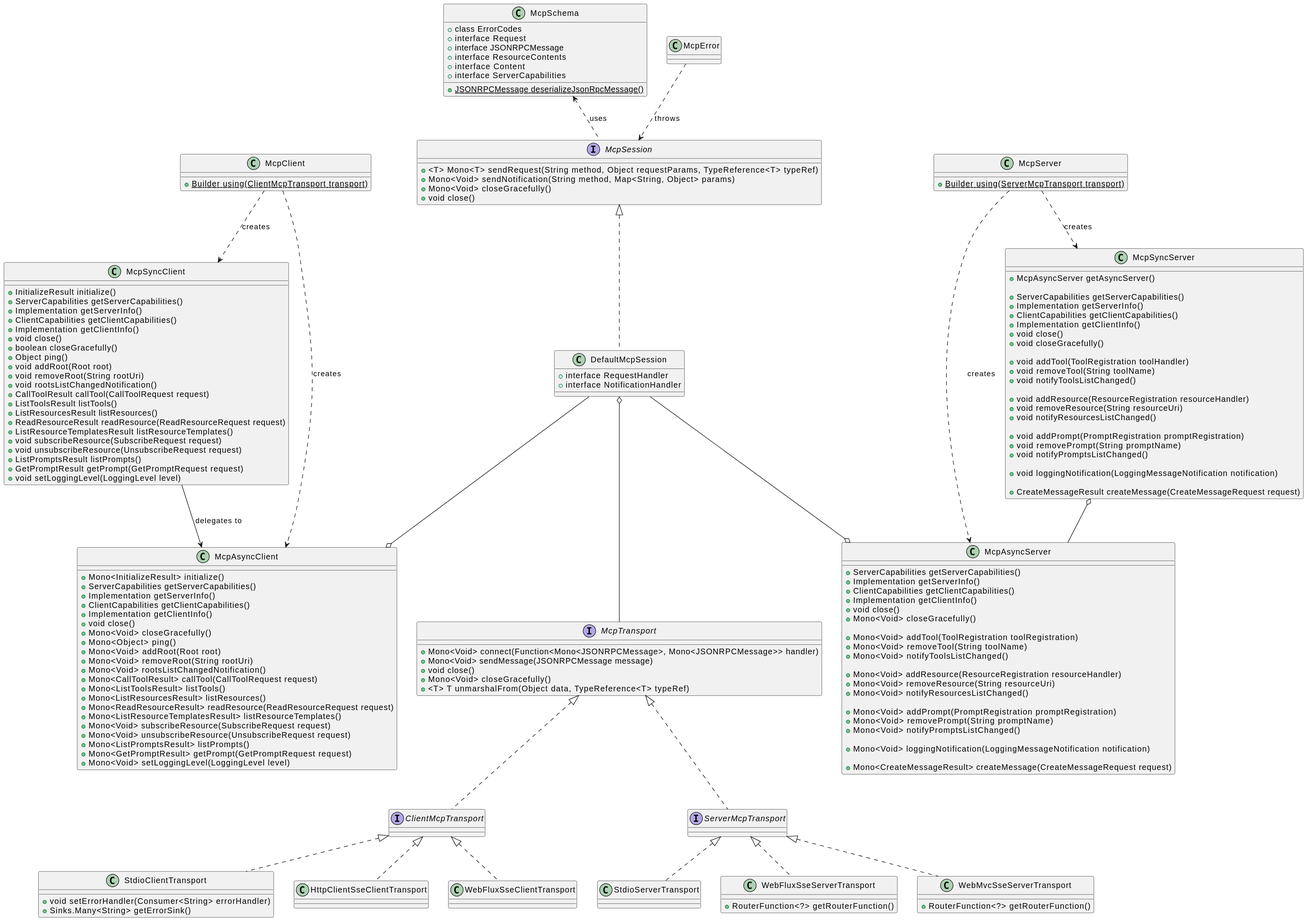
Earlier version of the PlantUML export mcp-docs/src/main/antora/modules/ROOT/images/spring-ai-mcp-uml-classdiagram.svg (ziscloud/java-sdk).
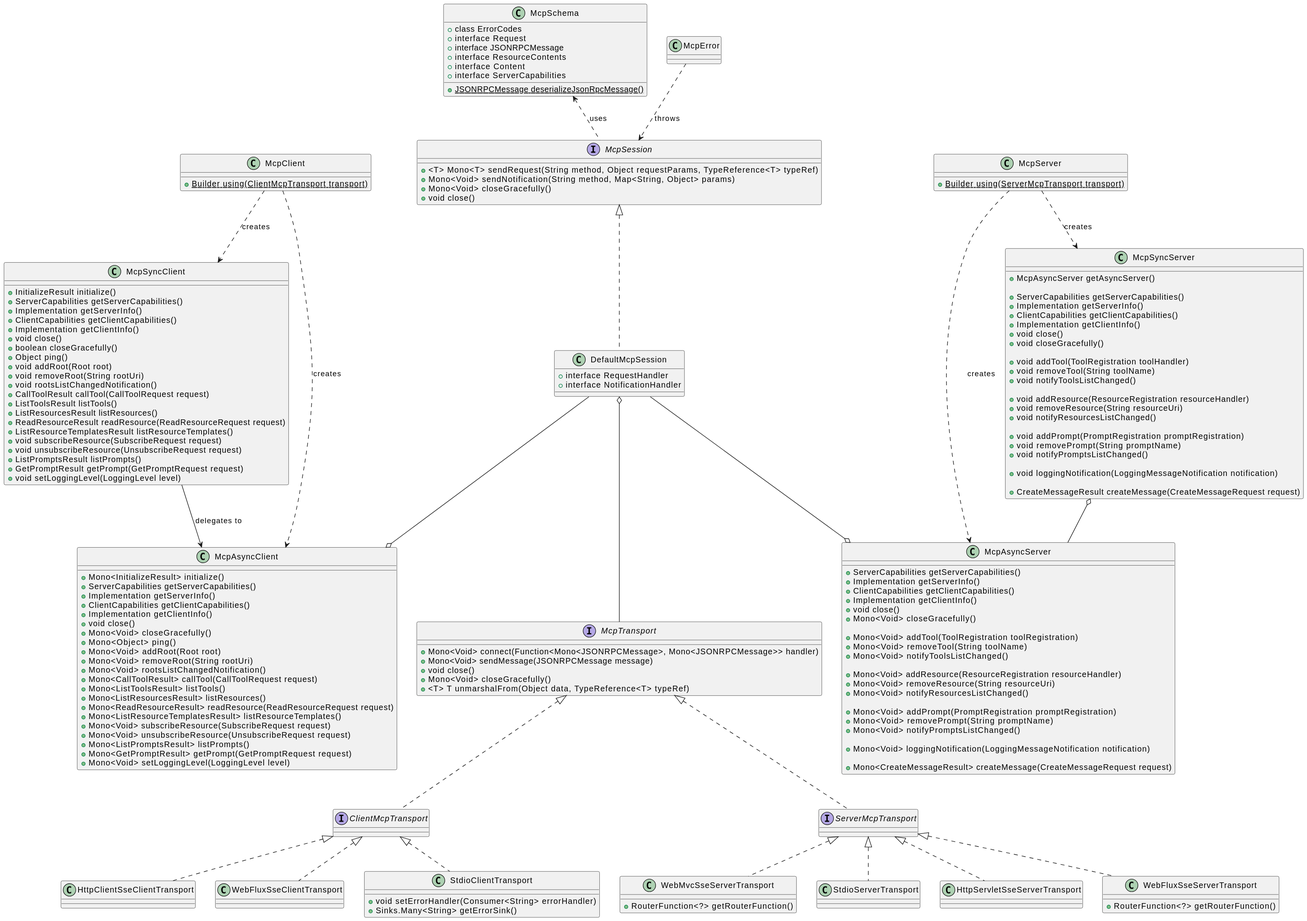
After the change.

Commit message:
refactor: Add HttpServletSseServerTransport for generic Servlet integration

What changed in the source:
```diff
@@ -137,6 +137,10 @@
 }
 
 
+class HttpServletSseServerTransport implements ServerMcpTransport {
+}
+
+
 class HttpClientSseClientTransport implements ClientMcpTransport {
 }
 
```
